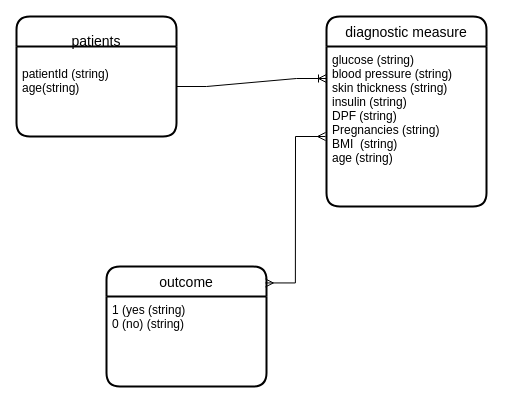
Earlier version of the draw.io diagram page "Page-1" (1 of 2) of Diabetes Logical Model.drawio (zandi2247/Diabetes-Database-Model). Source tidied: cells renumbered, new cells numbered last; positions are measured from the earlier drawing's top-left corner, leaving out a move shared by most shapes. Both pictures are drawn from the tidied source at 100%, with x=0, y=0 at pixel (16, 16).
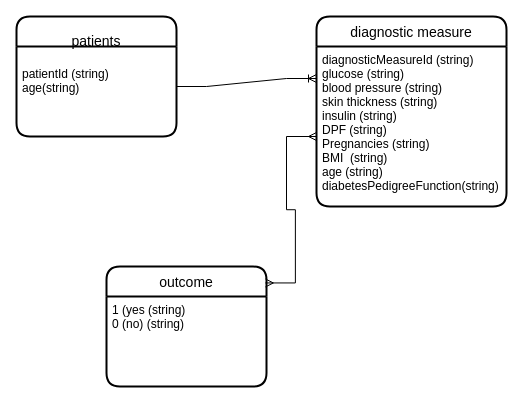
The same page after the edit.

The edit, as a diff of the source:
```diff
@@
 <mxGraphModel>
   <root>
     <mxCell id="0" />
     <mxCell id="1" parent="0" />
     <mxCell id="2" value="&#10;patients" style="swimlane;horizontal=1;startSize=30;rounded=1;fontSize=14;fontStyle=0;strokeWidth=2;shadow=0;dashed=0;align=center;" parent="1" vertex="1">
       <mxGeometry width="160" height="120" as="geometry" />
     </mxCell>
     <mxCell id="3" value="&#10;patientId (string)&#10;age(string)" style="align=left;strokeColor=none;fillColor=none;spacingLeft=4;fontSize=12;verticalAlign=top;" parent="2" vertex="1">
       <mxGeometry y="30" width="160" height="90" as="geometry" />
     </mxCell>
     <mxCell id="4" value="diagnostic measure" style="swimlane;horizontal=1;startSize=30;rounded=1;fontSize=14;fontStyle=0;strokeWidth=2;shadow=0;dashed=0;align=center;" parent="1" vertex="1">
-      <mxGeometry x="310" width="160" height="190" as="geometry" />
+      <mxGeometry x="300" width="190" height="190" as="geometry" />
     </mxCell>
-    <mxCell id="5" value="glucose (string)&#10;blood pressure (string)&#10;skin thickness (string)&#10;insulin (string)&#10;DPF (string)&#10;Pregnancies (string)&#10;BMI  (string)&#10;age (string)" style="align=left;strokeColor=none;fillColor=none;spacingLeft=4;fontSize=12;verticalAlign=top;" parent="4" vertex="1">
-      <mxGeometry y="30" width="160" height="160" as="geometry" />
+    <mxCell id="5" value="diagnosticMeasureId (string)&#10;glucose (string)&#10;blood pressure (string)&#10;skin thickness (string)&#10;insulin (string)&#10;DPF (string)&#10;Pregnancies (string)&#10;BMI  (string)&#10;age (string)&#10;diabetesPedigreeFunction(string)" style="align=left;strokeColor=none;fillColor=none;spacingLeft=4;fontSize=12;verticalAlign=top;" parent="4" vertex="1">
+      <mxGeometry y="30" width="190" height="160" as="geometry" />
     </mxCell>
     <mxCell id="6" value="outcome" style="swimlane;horizontal=1;startSize=30;rounded=1;fontSize=14;fontStyle=0;strokeWidth=2;shadow=0;dashed=0;align=center;" parent="1" vertex="1">
       <mxGeometry x="90" y="250" width="160" height="120" as="geometry" />
     </mxCell>
     <mxCell id="7" value="1 (yes (string)&#10;0 (no) (string)" style="align=left;strokeColor=none;fillColor=none;spacingLeft=4;fontSize=12;verticalAlign=top;" parent="6" vertex="1">
       <mxGeometry y="30" width="160" height="90" as="geometry" />
     </mxCell>
     <mxCell id="8" style="edgeStyle=entityRelationEdgeStyle;fontSize=12;html=1;endArrow=ERoneToMany;rounded=0;entryX=0;entryY=0.2;entryDx=0;entryDy=0;entryPerimeter=0;" parent="1" edge="1" target="5">
       <mxGeometry relative="1" as="geometry">
         <mxPoint x="160" y="70" as="sourcePoint" />
       </mxGeometry>
     </mxCell>
     <mxCell id="9" style="edgeStyle=entityRelationEdgeStyle;fontSize=12;html=1;endArrow=ERmany;startArrow=ERmany;rounded=0;exitX=0.993;exitY=0.137;exitDx=0;exitDy=0;exitPerimeter=0;" parent="1" edge="1" source="6">
       <mxGeometry relative="1" as="geometry">
-        <mxPoint x="309" y="120" as="targetPoint" />
+        <mxPoint x="300" y="120" as="targetPoint" />
       </mxGeometry>
     </mxCell>
   </root>
 </mxGraphModel>
```
